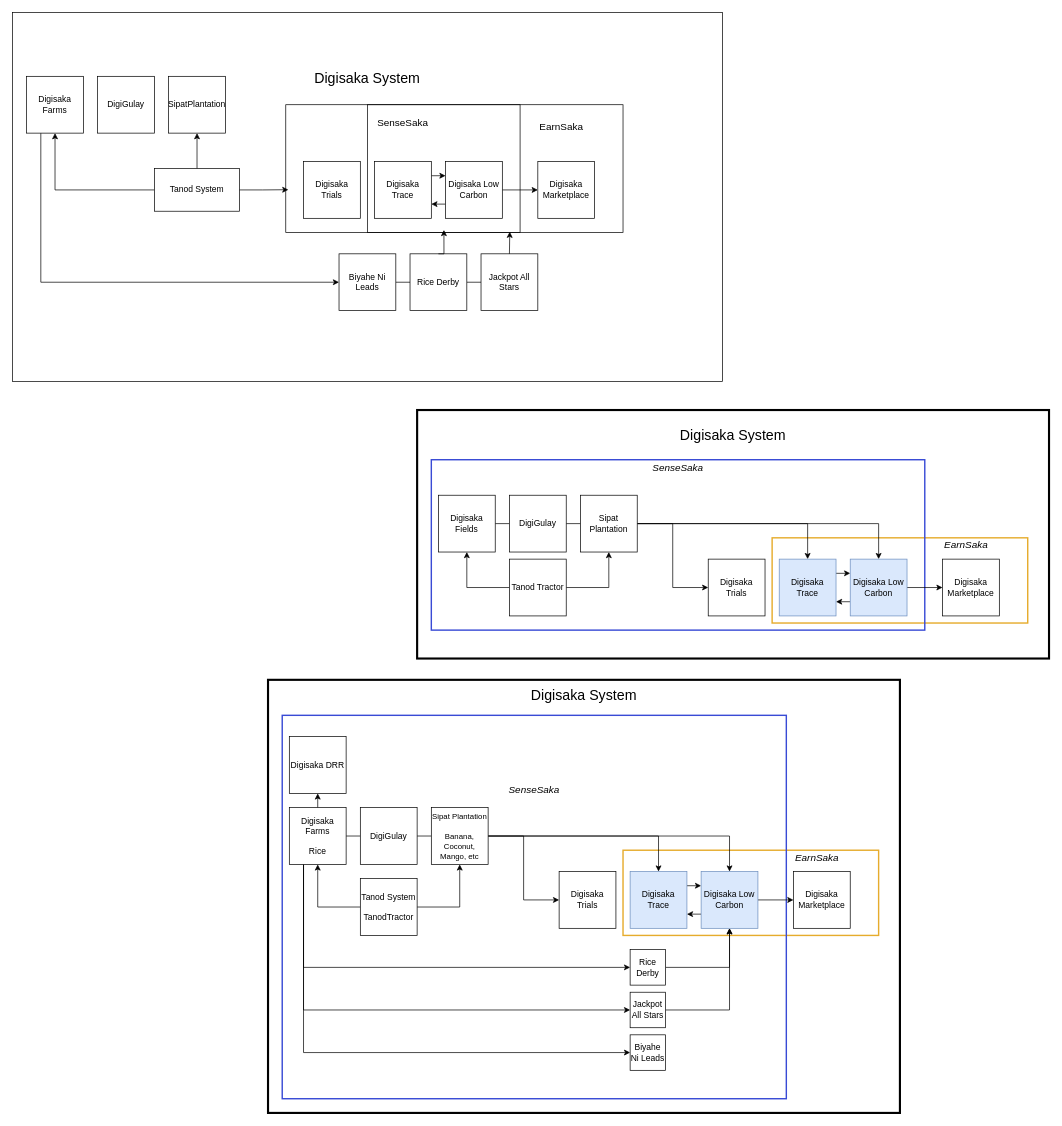
arnanaraza/diagrams keeps this draw.io diagram as digisaks_overalldiagramski.drawio. Above is the earlier version. Source tidied: cells renumbered, new cells numbered last; positions are measured from the earlier drawing's top-left corner, leaving out a move shared by most shapes. Both pictures are drawn from the tidied source at 71%, with x=0, y=0 at pixel (12, 12).
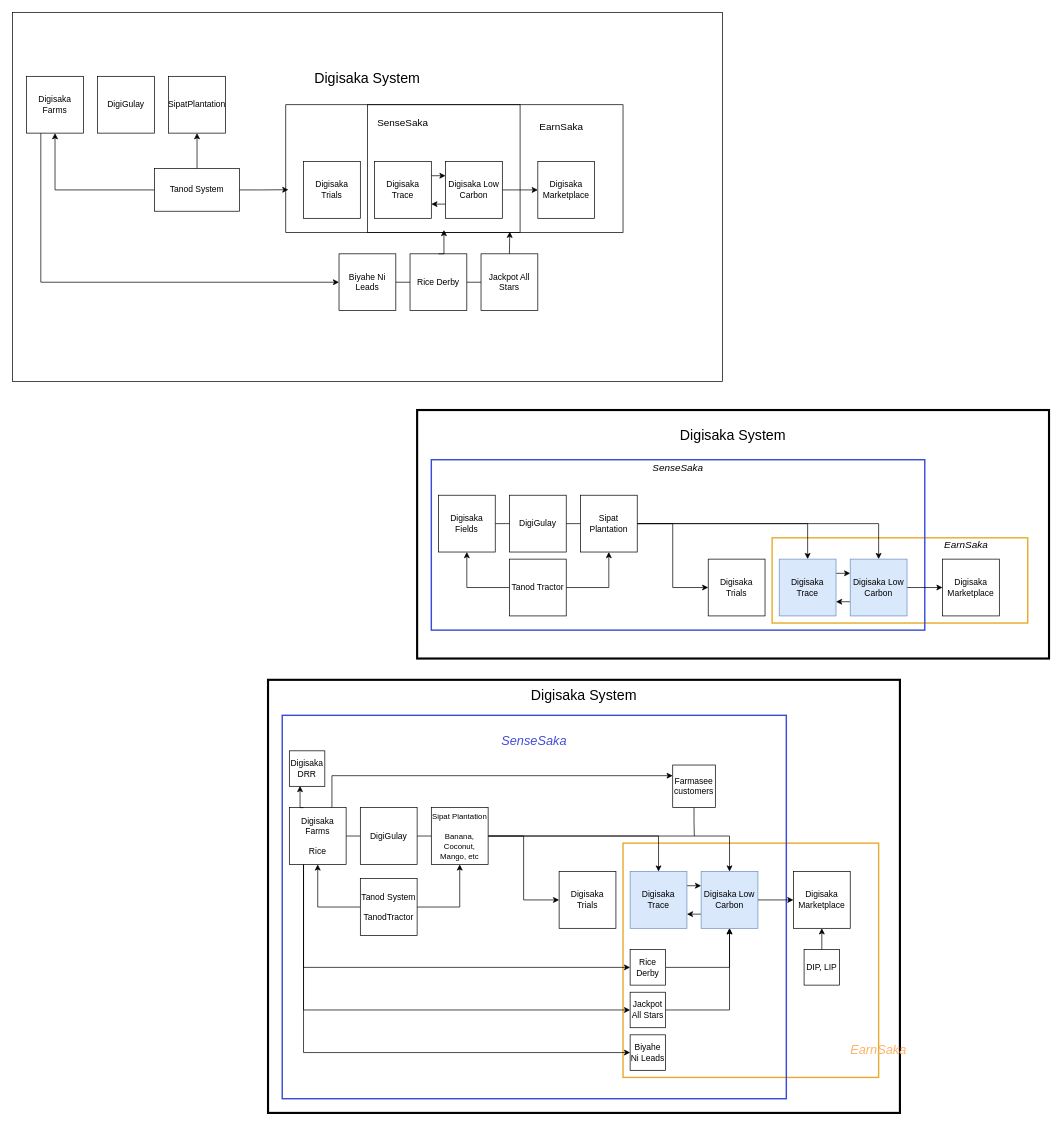
After the change.

The change refers to these unchanged cells:
```xml
<mxCell id="56" value="Digisaka Farms&lt;div&gt;&lt;br&gt;&lt;/div&gt;&lt;div&gt;Rice&lt;/div&gt;" style="whiteSpace=wrap;html=1;" parent="1" vertex="1">
  <mxGeometry x="390" y="1120" width="80" height="80" as="geometry" />
</mxCell>
<mxCell id="68" value="Digisaka Marketplace" style="whiteSpace=wrap;html=1;" parent="1" vertex="1">
  <mxGeometry x="1100" y="1210" width="80" height="80" as="geometry" />
</mxCell>
```

The edit, as a diff of the source:
```diff
@@
-    <mxCell id="49" value="&lt;div style=&quot;text-align: right;&quot;&gt;&lt;span style=&quot;font-size: 14px;&quot;&gt;&lt;i&gt;&lt;span style=&quot;white-space: pre;&quot;&gt;&#9;&lt;/span&gt;&lt;span style=&quot;white-space: pre;&quot;&gt;&#9;&lt;/span&gt;&lt;span style=&quot;white-space: pre;&quot;&gt;&#9;&lt;/span&gt;&lt;span style=&quot;white-space: pre;&quot;&gt;&#9;&lt;/span&gt;&lt;span style=&quot;white-space: pre;&quot;&gt;&#9;&lt;/span&gt;&lt;span style=&quot;white-space: pre;&quot;&gt;&#9;&lt;/span&gt;EarnSaka&lt;/i&gt;&lt;/span&gt;&lt;/div&gt;&lt;div style=&quot;text-align: right;&quot;&gt;&lt;span style=&quot;font-size: 14px;&quot;&gt;&lt;i&gt;&lt;br&gt;&lt;/i&gt;&lt;/span&gt;&lt;/div&gt;&lt;div style=&quot;text-align: right;&quot;&gt;&lt;span style=&quot;font-size: 14px;&quot;&gt;&lt;i&gt;&lt;br&gt;&lt;/i&gt;&lt;/span&gt;&lt;/div&gt;&lt;div style=&quot;text-align: right;&quot;&gt;&lt;span style=&quot;font-size: 14px;&quot;&gt;&lt;i&gt;&lt;br&gt;&lt;/i&gt;&lt;/span&gt;&lt;/div&gt;&lt;div style=&quot;text-align: right;&quot;&gt;&lt;span style=&quot;font-size: 14px;&quot;&gt;&lt;i&gt;&lt;br&gt;&lt;/i&gt;&lt;/span&gt;&lt;/div&gt;&lt;div style=&quot;text-align: right;&quot;&gt;&lt;span style=&quot;font-size: 14px;&quot;&gt;&lt;i&gt;&lt;br&gt;&lt;/i&gt;&lt;/span&gt;&lt;/div&gt;&lt;div style=&quot;text-align: right;&quot;&gt;&lt;span style=&quot;font-size: 14px;&quot;&gt;&lt;br&gt;&lt;/span&gt;&lt;/div&gt;" style="rounded=0;whiteSpace=wrap;html=1;fillColor=none;strokeWidth=2;strokeColor=light-dark(#e6ac2d, #ededed);" parent="1" vertex="1">
-      <mxGeometry x="860" y="1180" width="360" height="120" as="geometry" />
+    <mxCell id="49" value="&lt;div style=&quot;text-align: right;&quot;&gt;&lt;br&gt;&lt;/div&gt;&lt;div style=&quot;text-align: right;&quot;&gt;&lt;br&gt;&lt;/div&gt;&lt;div style=&quot;text-align: right;&quot;&gt;&lt;br&gt;&lt;/div&gt;&lt;div style=&quot;text-align: right;&quot;&gt;&lt;br&gt;&lt;/div&gt;&lt;div style=&quot;text-align: right;&quot;&gt;&lt;i&gt;&lt;font style=&quot;color: rgb(255, 179, 102); font-size: 18px;&quot;&gt;&lt;br&gt;&lt;/font&gt;&lt;/i&gt;&lt;/div&gt;&lt;div style=&quot;text-align: right;&quot;&gt;&lt;i&gt;&lt;font style=&quot;color: rgb(255, 179, 102); font-size: 18px;&quot;&gt;&lt;br&gt;&lt;/font&gt;&lt;/i&gt;&lt;/div&gt;&lt;div style=&quot;text-align: right;&quot;&gt;&lt;i&gt;&lt;font style=&quot;color: rgb(255, 179, 102); font-size: 18px;&quot;&gt;&lt;br&gt;&lt;/font&gt;&lt;/i&gt;&lt;/div&gt;&lt;div style=&quot;text-align: right;&quot;&gt;&lt;i&gt;&lt;font style=&quot;color: rgb(255, 179, 102); font-size: 18px;&quot;&gt;&lt;br&gt;&lt;/font&gt;&lt;/i&gt;&lt;/div&gt;&lt;div style=&quot;text-align: right;&quot;&gt;&lt;i&gt;&lt;font style=&quot;color: rgb(255, 179, 102); font-size: 18px;&quot;&gt;&lt;br&gt;&lt;/font&gt;&lt;/i&gt;&lt;/div&gt;&lt;div style=&quot;text-align: right;&quot;&gt;&lt;i&gt;&lt;font style=&quot;color: rgb(255, 179, 102); font-size: 18px;&quot;&gt;&lt;br&gt;&lt;/font&gt;&lt;/i&gt;&lt;/div&gt;&lt;div style=&quot;text-align: right;&quot;&gt;&lt;i&gt;&lt;font style=&quot;color: rgb(255, 179, 102); font-size: 18px;&quot;&gt;&lt;br&gt;&lt;/font&gt;&lt;/i&gt;&lt;/div&gt;&lt;div style=&quot;text-align: right;&quot;&gt;&lt;i&gt;&lt;font style=&quot;color: rgb(255, 179, 102); font-size: 18px;&quot;&gt;&lt;br&gt;&lt;/font&gt;&lt;/i&gt;&lt;/div&gt;&lt;div style=&quot;text-align: right;&quot;&gt;&lt;i&gt;&lt;font style=&quot;color: rgb(255, 179, 102); font-size: 18px;&quot;&gt;&lt;br&gt;&lt;/font&gt;&lt;/i&gt;&lt;/div&gt;&lt;div style=&quot;text-align: right;&quot;&gt;&lt;i&gt;&lt;font style=&quot;color: rgb(255, 179, 102); font-size: 18px;&quot;&gt;&lt;span style=&quot;white-space: pre;&quot;&gt;&#9;&lt;/span&gt;&lt;span style=&quot;white-space: pre;&quot;&gt;&#9;&lt;/span&gt;&lt;span style=&quot;white-space: pre;&quot;&gt;&#9;&lt;/span&gt;&lt;span style=&quot;white-space: pre;&quot;&gt;&#9;&lt;/span&gt;&lt;span style=&quot;white-space: pre;&quot;&gt;&#9;&lt;/span&gt;&lt;span style=&quot;white-space: pre;&quot;&gt;&#9;&lt;/span&gt;&lt;span style=&quot;white-space: pre;&quot;&gt;&#9;&lt;/span&gt;&lt;span style=&quot;white-space: pre;&quot;&gt;&#9;&lt;/span&gt;&lt;span style=&quot;white-space: pre;&quot;&gt;&#9;&lt;/span&gt;EarnSaka&lt;/font&gt;&lt;/i&gt;&lt;/div&gt;&lt;div style=&quot;text-align: right;&quot;&gt;&lt;/div&gt;&lt;div style=&quot;text-align: right;&quot;&gt;&lt;/div&gt;" style="rounded=0;whiteSpace=wrap;html=1;fillColor=none;strokeWidth=2;strokeColor=light-dark(#e6ac2d, #ededed);" parent="1" vertex="1">
+      <mxGeometry x="860" y="1170" width="360" height="330" as="geometry" />
     </mxCell>
-    <mxCell id="50" value="&lt;font style=&quot;font-size: 14px;&quot;&gt;&lt;i&gt;SenseSaka&lt;/i&gt;&lt;/font&gt;&lt;div&gt;&lt;font style=&quot;font-size: 14px;&quot;&gt;&lt;i&gt;&lt;br&gt;&lt;/i&gt;&lt;/font&gt;&lt;/div&gt;&lt;div&gt;&lt;font style=&quot;font-size: 14px;&quot;&gt;&lt;i&gt;&lt;br&gt;&lt;/i&gt;&lt;/font&gt;&lt;/div&gt;&lt;div&gt;&lt;font style=&quot;font-size: 14px;&quot;&gt;&lt;i&gt;&lt;br&gt;&lt;/i&gt;&lt;/font&gt;&lt;/div&gt;&lt;div&gt;&lt;i&gt;&lt;br&gt;&lt;/i&gt;&lt;/div&gt;&lt;div&gt;&lt;font style=&quot;font-size: 14px;&quot;&gt;&lt;i&gt;&lt;br&gt;&lt;/i&gt;&lt;/font&gt;&lt;/div&gt;&lt;div&gt;&lt;font style=&quot;font-size: 14px;&quot;&gt;&lt;i&gt;&lt;br&gt;&lt;/i&gt;&lt;/font&gt;&lt;/div&gt;&lt;div&gt;&lt;font style=&quot;font-size: 14px;&quot;&gt;&lt;i&gt;&lt;br&gt;&lt;/i&gt;&lt;/font&gt;&lt;/div&gt;&lt;div&gt;&lt;br&gt;&lt;/div&gt;&lt;div&gt;&lt;br&gt;&lt;/div&gt;&lt;div&gt;&lt;br&gt;&lt;/div&gt;&lt;div&gt;&lt;br&gt;&lt;/div&gt;&lt;div&gt;&lt;br&gt;&lt;/div&gt;&lt;div&gt;&lt;br&gt;&lt;/div&gt;&lt;div&gt;&lt;br&gt;&lt;/div&gt;&lt;div&gt;&lt;br&gt;&lt;/div&gt;&lt;div&gt;&lt;br&gt;&lt;/div&gt;&lt;div&gt;&lt;br&gt;&lt;/div&gt;&lt;div&gt;&lt;br&gt;&lt;/div&gt;&lt;div&gt;&lt;br&gt;&lt;/div&gt;&lt;div&gt;&lt;br&gt;&lt;/div&gt;&lt;div&gt;&lt;br&gt;&lt;/div&gt;&lt;div&gt;&lt;br&gt;&lt;/div&gt;" style="rounded=0;whiteSpace=wrap;html=1;fillColor=none;strokeWidth=2;strokeColor=light-dark(#394bd5, #ededed);" parent="1" vertex="1">
+    <mxCell id="50" value="&lt;font style=&quot;color: light-dark(rgb(67, 76, 215), rgb(237, 237, 237)); font-size: 18px;&quot;&gt;&lt;i style=&quot;background-color: light-dark(#ffffff, var(--ge-dark-color, #121212));&quot;&gt;SenseSaka&lt;/i&gt;&lt;/font&gt;&lt;div&gt;&lt;font style=&quot;font-size: 18px;&quot;&gt;&lt;i&gt;&lt;br&gt;&lt;/i&gt;&lt;/font&gt;&lt;/div&gt;&lt;div&gt;&lt;font style=&quot;font-size: 18px;&quot;&gt;&lt;i&gt;&lt;br&gt;&lt;/i&gt;&lt;/font&gt;&lt;/div&gt;&lt;div&gt;&lt;font style=&quot;font-size: 18px;&quot;&gt;&lt;i&gt;&lt;br&gt;&lt;/i&gt;&lt;/font&gt;&lt;/div&gt;&lt;div&gt;&lt;i&gt;&lt;font style=&quot;font-size: 18px;&quot;&gt;&lt;br&gt;&lt;/font&gt;&lt;/i&gt;&lt;/div&gt;&lt;div&gt;&lt;font style=&quot;font-size: 18px;&quot;&gt;&lt;i&gt;&lt;br&gt;&lt;/i&gt;&lt;/font&gt;&lt;/div&gt;&lt;div&gt;&lt;font style=&quot;font-size: 18px;&quot;&gt;&lt;i&gt;&lt;br&gt;&lt;/i&gt;&lt;/font&gt;&lt;/div&gt;&lt;div&gt;&lt;font style=&quot;font-size: 18px;&quot;&gt;&lt;i&gt;&lt;br&gt;&lt;/i&gt;&lt;/font&gt;&lt;/div&gt;&lt;div&gt;&lt;font style=&quot;font-size: 18px;&quot;&gt;&lt;br&gt;&lt;/font&gt;&lt;/div&gt;&lt;div&gt;&lt;font style=&quot;font-size: 18px;&quot;&gt;&lt;br&gt;&lt;/font&gt;&lt;/div&gt;&lt;div&gt;&lt;font style=&quot;font-size: 18px;&quot;&gt;&lt;br&gt;&lt;/font&gt;&lt;/div&gt;&lt;div&gt;&lt;font style=&quot;font-size: 18px;&quot;&gt;&lt;br&gt;&lt;/font&gt;&lt;/div&gt;&lt;div&gt;&lt;font style=&quot;font-size: 18px;&quot;&gt;&lt;br&gt;&lt;/font&gt;&lt;/div&gt;&lt;div&gt;&lt;font style=&quot;font-size: 18px;&quot;&gt;&lt;br&gt;&lt;/font&gt;&lt;/div&gt;&lt;div&gt;&lt;font style=&quot;font-size: 18px;&quot;&gt;&lt;br&gt;&lt;/font&gt;&lt;/div&gt;&lt;div&gt;&lt;font style=&quot;font-size: 18px;&quot;&gt;&lt;br&gt;&lt;/font&gt;&lt;/div&gt;&lt;div&gt;&lt;font style=&quot;font-size: 18px;&quot;&gt;&lt;br&gt;&lt;/font&gt;&lt;/div&gt;&lt;div&gt;&lt;font style=&quot;font-size: 18px;&quot;&gt;&lt;br&gt;&lt;/font&gt;&lt;/div&gt;&lt;div&gt;&lt;font style=&quot;font-size: 18px;&quot;&gt;&lt;br&gt;&lt;/font&gt;&lt;/div&gt;&lt;div&gt;&lt;font style=&quot;font-size: 18px;&quot;&gt;&lt;br&gt;&lt;/font&gt;&lt;/div&gt;&lt;div&gt;&lt;font style=&quot;font-size: 18px;&quot;&gt;&lt;br&gt;&lt;/font&gt;&lt;/div&gt;&lt;div&gt;&lt;font style=&quot;font-size: 18px;&quot;&gt;&lt;br&gt;&lt;/font&gt;&lt;/div&gt;&lt;div&gt;&lt;br&gt;&lt;/div&gt;" style="rounded=0;whiteSpace=wrap;html=1;fillColor=none;strokeWidth=2;strokeColor=light-dark(#394bd5, #ededed);" parent="1" vertex="1">
       <mxGeometry x="380" y="990" width="710" height="540" as="geometry" />
     </mxCell>
@@
-    <mxCell id="55" style="edgeStyle=orthogonalEdgeStyle;rounded=0;jettySize=auto;html=1;exitX=0.5;exitY=0;exitDx=0;exitDy=0;entryX=0.5;entryY=1;entryDx=0;entryDy=0;" parent="1" edge="1" source="56" target="78">
-      <mxGeometry relative="1" as="geometry" />
-    </mxCell>
+    <mxCell id="79" style="edgeStyle=orthogonalEdgeStyle;rounded=0;jettySize=auto;html=1;exitX=0.75;exitY=0;exitDx=0;exitDy=0;entryX=0.25;entryY=1;entryDx=0;entryDy=0;" parent="1" edge="1" source="56" target="83">
+      <mxGeometry relative="1" as="geometry" />
+    </mxCell>
@@
     <mxCell id="78" value="Digisaka DRR" style="whiteSpace=wrap;html=1;" parent="1" vertex="1">
-      <mxGeometry x="390" y="1020" width="80" height="80" as="geometry" />
+      <mxGeometry x="390" y="1040" width="50" height="50" as="geometry" />
     </mxCell>
+    <mxCell id="80" style="edgeStyle=orthogonalEdgeStyle;rounded=0;jettySize=auto;html=1;exitX=0.5;exitY=0;exitDx=0;exitDy=0;entryX=0.5;entryY=1;entryDx=0;entryDy=0;" parent="1" edge="1" source="81" target="68">
+      <mxGeometry relative="1" as="geometry" />
+    </mxCell>
+    <mxCell id="81" value="DIP, LIP" style="whiteSpace=wrap;html=1;" parent="1" vertex="1">
+      <mxGeometry x="1115" y="1320" width="50" height="50" as="geometry" />
+    </mxCell>
+    <mxCell id="82" style="edgeStyle=orthogonalEdgeStyle;rounded=0;jettySize=auto;html=1;exitX=1;exitY=0.5;exitDx=0;exitDy=0;endArrow=none;endFill=0;" parent="1" edge="1" source="83">
+      <mxGeometry relative="1" as="geometry">
+        <mxPoint x="960.4" y="1160" as="targetPoint" />
+      </mxGeometry>
+    </mxCell>
+    <mxCell id="83" value="Farmasee customers" style="whiteSpace=wrap;html=1;direction=south;" parent="1" vertex="1">
+      <mxGeometry x="930" y="1060" width="60" height="60" as="geometry" />
+    </mxCell>
+    <mxCell id="55" style="edgeStyle=orthogonalEdgeStyle;rounded=0;jettySize=auto;html=1;exitX=0.25;exitY=0;exitDx=0;exitDy=0;entryX=0.302;entryY=0.99;entryDx=0;entryDy=0;entryPerimeter=0;" parent="1" edge="1" source="56" target="78">
+      <mxGeometry relative="1" as="geometry" />
+    </mxCell>
```
